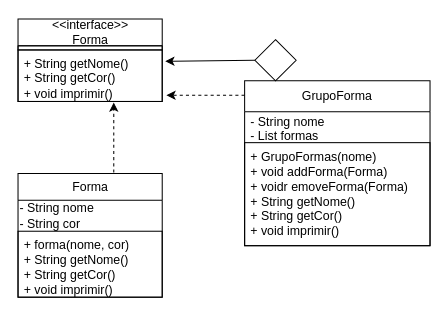
Above: padroesProjetosSistemas/composite/DiagramaComposite.drawio in AugustoTSantos/Bertoti (draw.io), before the change. Source tidied: cells renumbered, new cells numbered last; positions are measured from the earlier drawing's top-left corner, leaving out a move shared by most shapes. Both pictures are drawn from the tidied source at 103%, with x=0, y=0 at pixel (18, 19).
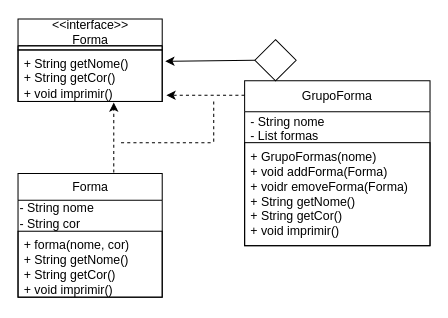
The same page after the edit.

What changed in the source:
```diff
@@
 <mxGraphModel>
   <root>
     <mxCell id="0" />
     <mxCell id="1" parent="0" />
     <mxCell id="2" value="Forma" style="swimlane;fontStyle=0;horizontal=1;startSize=26;fillColor=none;html=1;" parent="1" vertex="1">
       <mxGeometry y="150" width="140" height="120" as="geometry" />
     </mxCell>
     <mxCell id="3" value="&lt;span style=&quot;&quot;&gt;- String nome&lt;/span&gt;&lt;br style=&quot;&quot;&gt;&lt;div style=&quot;&quot;&gt;&lt;span style=&quot;background-color: initial;&quot;&gt;- String cor&lt;/span&gt;&lt;/div&gt;" style="text;html=1;strokeColor=none;fillColor=none;align=left;verticalAlign=middle;whiteSpace=wrap;rounded=0;" parent="2" vertex="1">
       <mxGeometry y="26" width="140" height="30" as="geometry" />
     </mxCell>
     <mxCell id="4" value="+ forma(nome, cor)&lt;br&gt;+ String getNome()&lt;br&gt;+ String getCor()&lt;br&gt;+ void imprimir()" style="text;strokeColor=default;fillColor=none;align=left;verticalAlign=top;spacingLeft=4;spacingRight=4;overflow=hidden;whiteSpace=wrap;html=1;" parent="2" vertex="1">
       <mxGeometry y="56" width="140" height="64" as="geometry" />
     </mxCell>
     <mxCell id="5" value="GrupoForma" style="swimlane;fontStyle=0;horizontal=1;startSize=30;whiteSpace=wrap;html=1;strokeColor=default;" parent="1" vertex="1">
       <mxGeometry x="220" y="60" width="180" height="160" as="geometry" />
     </mxCell>
     <mxCell id="6" value="- String nome&lt;br&gt;- List formas" style="text;strokeColor=none;fillColor=none;align=left;verticalAlign=middle;spacingLeft=4;spacingRight=4;overflow=hidden;whiteSpace=wrap;html=1;" parent="5" vertex="1">
       <mxGeometry y="30" width="180" height="30" as="geometry" />
     </mxCell>
     <mxCell id="7" value="+ GrupoFormas(nome)&lt;br&gt;+ void addForma(Forma)&lt;br&gt;+ voidr emoveForma(Forma)&lt;br&gt;+ String getNome()&lt;br&gt;+ String getCor()&lt;br&gt;+ void imprimir()" style="text;strokeColor=default;fillColor=none;align=left;verticalAlign=middle;spacingLeft=4;spacingRight=4;overflow=hidden;whiteSpace=wrap;html=1;" parent="5" vertex="1">
       <mxGeometry y="60" width="180" height="100" as="geometry" />
     </mxCell>
     <mxCell id="8" value="&amp;lt;&amp;lt;interface&amp;gt;&amp;gt;&lt;br&gt;Forma" style="swimlane;fontStyle=0;horizontal=1;startSize=26;fillColor=none;html=1;" parent="1" vertex="1">
       <mxGeometry width="140" height="80" as="geometry" />
     </mxCell>
     <mxCell id="9" style="text;html=1;strokeColor=default;fillColor=none;align=center;verticalAlign=middle;whiteSpace=wrap;rounded=0;" parent="8" vertex="1">
       <mxGeometry y="26" width="140" height="4" as="geometry" />
     </mxCell>
     <mxCell id="10" value="+ String getNome()&lt;br&gt;+ String getCor()&lt;br&gt;+ void imprimir()" style="text;strokeColor=default;fillColor=none;align=left;verticalAlign=top;spacingLeft=4;spacingRight=4;overflow=hidden;points=[[0,0.5],[1,0.5]];portConstraint=eastwest;whiteSpace=wrap;html=1;" parent="8" vertex="1">
       <mxGeometry y="30" width="140" height="50" as="geometry" />
     </mxCell>
     <mxCell id="11" style="rhombus;whiteSpace=wrap;html=1;" parent="1" vertex="1">
       <mxGeometry x="230" y="20" width="40" height="40" as="geometry" />
     </mxCell>
     <mxCell id="12" style="endArrow=classic;html=1;exitX=0;exitY=0.5;exitDx=0;exitDy=0;entryX=1.021;entryY=0.22;entryDx=0;entryDy=0;entryPerimeter=0;" parent="1" edge="1" source="11" target="10">
       <mxGeometry relative="1" as="geometry" />
     </mxCell>
     <mxCell id="13" style="endArrow=classic;html=1;entryX=0.664;entryY=1.02;entryDx=0;entryDy=0;entryPerimeter=0;dashed=1;exitX=0.664;exitY=-0.008;exitDx=0;exitDy=0;exitPerimeter=0;" parent="1" edge="1" source="2" target="10">
       <mxGeometry relative="1" as="geometry" />
     </mxCell>
     <mxCell id="14" style="endArrow=classic;html=1;dashed=1;entryX=1.029;entryY=0.88;entryDx=0;entryDy=0;entryPerimeter=0;exitX=0;exitY=0.088;exitDx=0;exitDy=0;exitPerimeter=0;" parent="1" edge="1" source="5" target="10">
       <mxGeometry relative="1" as="geometry" />
     </mxCell>
+    <mxCell id="15" style="endArrow=none;dashed=1;html=1;" parent="1" edge="1">
+      <mxGeometry relative="1" as="geometry">
+        <mxPoint x="100" y="120" as="sourcePoint" />
+        <mxPoint x="190" y="120" as="targetPoint" />
+      </mxGeometry>
+    </mxCell>
+    <mxCell id="16" style="endArrow=none;dashed=1;html=1;" parent="1" edge="1">
+      <mxGeometry relative="1" as="geometry">
+        <mxPoint x="190" y="80" as="sourcePoint" />
+        <mxPoint x="190" y="120" as="targetPoint" />
+      </mxGeometry>
+    </mxCell>
   </root>
 </mxGraphModel>
```
